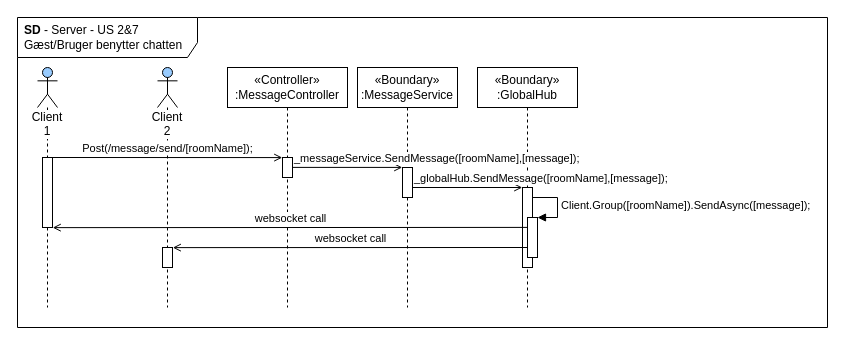
Earlier version of the draw.io diagram page "SD-Server" (2 of 2) of diagrams/arkitektur/US2&7_chat.drawio (Macradon/I7BAC-PlugNPlay). Source tidied: cells renumbered, new cells numbered last; positions are measured from the earlier drawing's top-left corner, leaving out a move shared by most shapes. Both pictures are drawn from the tidied source at 100%, with x=0, y=0 at pixel (17, 17).
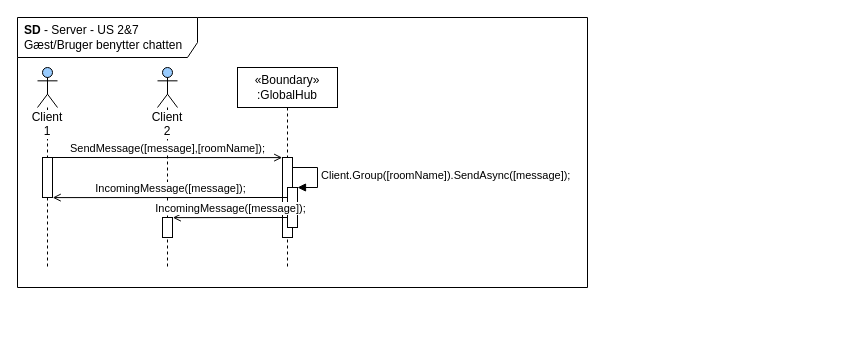
The same page after the edit.

Change to the diagram source:
```diff
@@
     <mxCell id="2" value="&lt;b&gt;SD&lt;/b&gt;&amp;nbsp;- Server&amp;nbsp;- US 2&amp;amp;7&lt;br&gt;Gæst/Bruger benytter chatten" style="shape=umlFrame;whiteSpace=wrap;html=1;width=180;height=40;boundedLbl=1;verticalAlign=middle;align=left;spacingLeft=5;" parent="1" vertex="1">
-      <mxGeometry width="810" height="310" as="geometry" />
+      <mxGeometry width="570" height="270" as="geometry" />
     </mxCell>
     <mxCell id="3" value="Client 1" style="shape=umlLifeline;participant=umlActor;perimeter=lifelinePerimeter;whiteSpace=wrap;html=1;verticalAlign=top;spacingTop=36;labelBackgroundColor=#ffffff;fillColor=#99CCFF;" parent="1" vertex="1">
-      <mxGeometry x="20" y="50" width="20" height="240" as="geometry" />
+      <mxGeometry x="20" y="50" width="20" height="200" as="geometry" />
     </mxCell>
-    <mxCell id="4" value="&lt;font style=&quot;font-size: 12px&quot;&gt;«Controller»&lt;br&gt;:MessageController&lt;br&gt;&lt;/font&gt;" style="shape=umlLifeline;perimeter=lifelinePerimeter;whiteSpace=wrap;html=1;labelBackgroundColor=#ffffff;" parent="1" vertex="1">
-      <mxGeometry x="210" y="50" width="120" height="240" as="geometry" />
-    </mxCell>
-    <mxCell id="5" value="&lt;font style=&quot;font-size: 12px&quot;&gt;«Boundary»&lt;br&gt;:MessageService&lt;br&gt;&lt;/font&gt;" style="shape=umlLifeline;perimeter=lifelinePerimeter;whiteSpace=wrap;html=1;labelBackgroundColor=#ffffff;" parent="1" vertex="1">
-      <mxGeometry x="340" y="50" width="100" height="240" as="geometry" />
-    </mxCell>
     <mxCell id="6" value="&lt;font style=&quot;font-size: 12px&quot;&gt;«Boundary»&lt;br&gt;:GlobalHub&lt;br&gt;&lt;/font&gt;" style="shape=umlLifeline;perimeter=lifelinePerimeter;whiteSpace=wrap;html=1;labelBackgroundColor=#ffffff;" parent="1" vertex="1">
-      <mxGeometry x="460" y="50" width="100" height="240" as="geometry" />
+      <mxGeometry x="220" y="50" width="100" height="200" as="geometry" />
     </mxCell>
-    <mxCell id="7" value="_messageService.SendMessage([roomName],[message]);" style="html=1;verticalAlign=bottom;endArrow=open;endFill=0;align=left;entryX=-0.025;entryY=-0.003;entryDx=0;entryDy=0;entryPerimeter=0;" parent="1" edge="1" target="12">
-      <mxGeometry x="-1" relative="1" as="geometry">
-        <mxPoint x="275" y="149.9" as="sourcePoint" />
-      </mxGeometry>
-    </mxCell>
-    <mxCell id="8" value="_globalHub.SendMessage([roomName],[message]);" style="html=1;verticalAlign=bottom;endArrow=open;endFill=0;align=left;entryX=-0.025;entryY=0;entryDx=0;entryDy=0;entryPerimeter=0;" parent="1" edge="1" target="13">
-      <mxGeometry x="-1" relative="1" as="geometry">
-        <mxPoint x="395" y="170" as="sourcePoint" />
-      </mxGeometry>
-    </mxCell>
     <mxCell id="9" value="Client.Group([roomName]).SendAsync([message]);" style="edgeStyle=orthogonalEdgeStyle;html=1;align=left;spacingLeft=2;endArrow=block;rounded=0;entryX=1;entryY=0;" parent="1" edge="1" target="14">
       <mxGeometry relative="1" as="geometry">
-        <mxPoint x="515" y="180" as="sourcePoint" />
+        <mxPoint x="275" y="150" as="sourcePoint" />
         <Array as="points">
-          <mxPoint x="540" y="180" />
+          <mxPoint x="300" y="150" />
         </Array>
       </mxGeometry>
     </mxCell>
     <mxCell id="10" style="html=1;points=[];perimeter=orthogonalPerimeter;labelBackgroundColor=#ffffff;" parent="1" vertex="1">
-      <mxGeometry x="25" y="140" width="10" height="70" as="geometry" />
+      <mxGeometry x="25" y="140" width="10" height="40" as="geometry" />
     </mxCell>
-    <mxCell id="11" style="html=1;points=[];perimeter=orthogonalPerimeter;labelBackgroundColor=#ffffff;" parent="1" vertex="1">
-      <mxGeometry x="265" y="140" width="10" height="20" as="geometry" />
-    </mxCell>
-    <mxCell id="12" style="html=1;points=[];perimeter=orthogonalPerimeter;labelBackgroundColor=#ffffff;" parent="1" vertex="1">
-      <mxGeometry x="385" y="150" width="10" height="30" as="geometry" />
-    </mxCell>
     <mxCell id="13" style="html=1;points=[];perimeter=orthogonalPerimeter;labelBackgroundColor=#ffffff;" parent="1" vertex="1">
-      <mxGeometry x="505" y="170" width="10" height="80" as="geometry" />
+      <mxGeometry x="265" y="140" width="10" height="80" as="geometry" />
     </mxCell>
     <mxCell id="14" style="html=1;points=[];perimeter=orthogonalPerimeter;labelBackgroundColor=#ffffff;" parent="1" vertex="1">
-      <mxGeometry x="510" y="200" width="10" height="40" as="geometry" />
+      <mxGeometry x="270" y="170" width="10" height="40" as="geometry" />
     </mxCell>
-    <mxCell id="15" value="websocket call" style="html=1;verticalAlign=bottom;endArrow=open;endFill=0;align=center;entryX=1.023;entryY=1.002;entryDx=0;entryDy=0;entryPerimeter=0;" parent="1" edge="1" target="10">
-      <mxGeometry relative="1" as="geometry">
-        <mxPoint x="510" y="209.9" as="sourcePoint" />
-      </mxGeometry>
-    </mxCell>
-    <mxCell id="16" value="websocket call" style="html=1;verticalAlign=bottom;endArrow=open;endFill=0;align=center;entryX=1.033;entryY=0.006;entryDx=0;entryDy=0;entryPerimeter=0;" parent="1" edge="1" target="19">
-      <mxGeometry relative="1" as="geometry">
-        <mxPoint x="510" y="230" as="sourcePoint" />
-      </mxGeometry>
-    </mxCell>
     <mxCell id="17" value="Client 2&lt;br&gt;" style="shape=umlLifeline;participant=umlActor;perimeter=lifelinePerimeter;whiteSpace=wrap;html=1;verticalAlign=top;spacingTop=36;labelBackgroundColor=#ffffff;fillColor=#99CCFF;" parent="1" vertex="1">
-      <mxGeometry x="140" y="50" width="20" height="240" as="geometry" />
+      <mxGeometry x="140" y="50" width="20" height="200" as="geometry" />
     </mxCell>
-    <mxCell id="18" value="Post(/message/send/[roomName]);" style="html=1;verticalAlign=bottom;endArrow=open;endFill=0;entryX=-0.025;entryY=0.004;entryDx=0;entryDy=0;entryPerimeter=0;" parent="1" edge="1" target="11">
+    <mxCell id="18" value="SendMessage([message],[roomName]);" style="html=1;verticalAlign=bottom;endArrow=open;endFill=0;entryX=-0.025;entryY=0.004;entryDx=0;entryDy=0;entryPerimeter=0;" parent="1" edge="1">
       <mxGeometry relative="1" as="geometry">
         <mxPoint x="35" y="140" as="sourcePoint" />
+        <mxPoint x="264.7" y="140.1" as="targetPoint" />
       </mxGeometry>
     </mxCell>
     <mxCell id="19" style="html=1;points=[];perimeter=orthogonalPerimeter;labelBackgroundColor=#ffffff;" parent="1" vertex="1">
-      <mxGeometry x="145" y="230" width="10" height="20" as="geometry" />
+      <mxGeometry x="145" y="200" width="10" height="20" as="geometry" />
     </mxCell>
+    <mxCell id="15" value="IncomingMessage([message]);" style="html=1;verticalAlign=bottom;endArrow=open;endFill=0;align=center;entryX=1.023;entryY=1.002;entryDx=0;entryDy=0;entryPerimeter=0;" parent="1" edge="1">
+      <mxGeometry relative="1" as="geometry">
+        <mxPoint x="270" y="180" as="sourcePoint" />
+        <mxPoint x="35.2" y="180.1" as="targetPoint" />
+      </mxGeometry>
+    </mxCell>
+    <mxCell id="16" value="IncomingMessage([message]);" style="html=1;verticalAlign=bottom;endArrow=open;endFill=0;align=center;entryX=1.033;entryY=0.006;entryDx=0;entryDy=0;entryPerimeter=0;" parent="1" edge="1" target="19">
+      <mxGeometry relative="1" as="geometry">
+        <mxPoint x="270" y="200" as="sourcePoint" />
+      </mxGeometry>
+    </mxCell>
```
